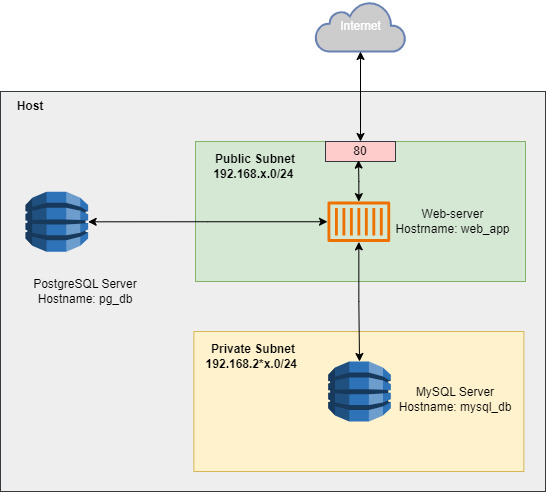
lisnayk/conteinirization-2023 keeps this draw.io diagram as labs/assets/lab5_6.png. Above is the earlier version. Source tidied: cells renumbered, new cells last; positions are measured from the earlier drawing's top-left corner, leaving out a move shared by most shapes.
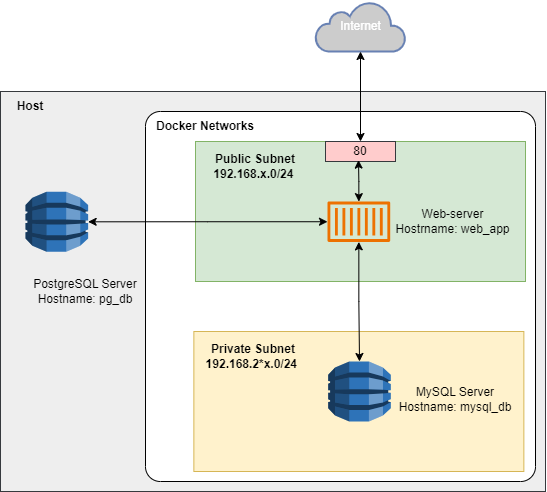
The same diagram one commit later.

Commit message:
Rename and update networking lab documentation

Moved networking files to "04_networking" for better organization. Enhanced "lab5.md" with detailed Docker networking examples and tasks. Updated main README to link to the new lab5.

The edit, as a diff of the source:
```diff
@@ -8,6 +8,9 @@
     <mxCell id="3" style="rounded=0;whiteSpace=wrap;html=1;fillColor=#eeeeee;strokeColor=#36393d;" parent="1" vertex="1">
       <mxGeometry y="90" width="545" height="400" as="geometry" />
     </mxCell>
+    <mxCell id="20" style="rounded=1;whiteSpace=wrap;html=1;arcSize=4;" parent="1" vertex="1">
+      <mxGeometry x="145" y="110" width="390" height="370" as="geometry" />
+    </mxCell>
     <mxCell id="4" value="&lt;b&gt;Host&lt;/b&gt;" style="text;html=1;align=center;verticalAlign=middle;whiteSpace=wrap;rounded=0;" parent="1" vertex="1">
       <mxGeometry y="90" width="60" height="30" as="geometry" />
     </mxCell>
@@ -56,5 +59,8 @@
     <mxCell id="19" value="PostgreSQL Server&lt;br&gt;Hostname: pg_db" style="text;html=1;align=center;verticalAlign=middle;whiteSpace=wrap;rounded=0;" parent="1" vertex="1">
       <mxGeometry x="15" y="270" width="140" height="40" as="geometry" />
     </mxCell>
+    <mxCell id="21" value="Docker Networks" style="text;html=1;align=center;verticalAlign=middle;whiteSpace=wrap;rounded=0;fontStyle=1;" parent="1" vertex="1">
+      <mxGeometry x="145" y="110" width="120" height="30" as="geometry" />
+    </mxCell>
   </root>
 </mxGraphModel>
```
